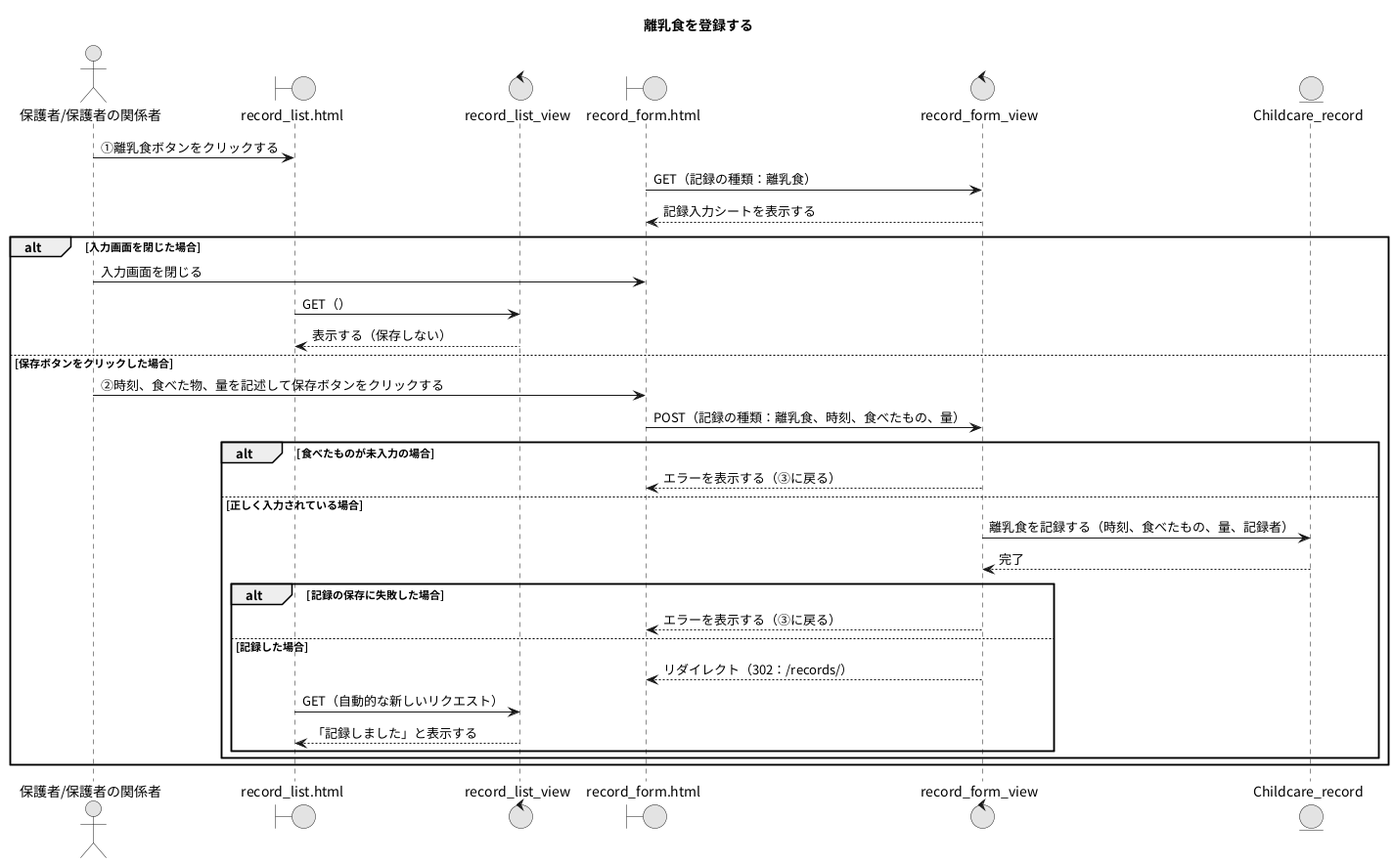
The PlantUML diagram PNG/23_離乳食を登録する.png in Ma2naga190330/26_sotugyou_puml, before a commit.
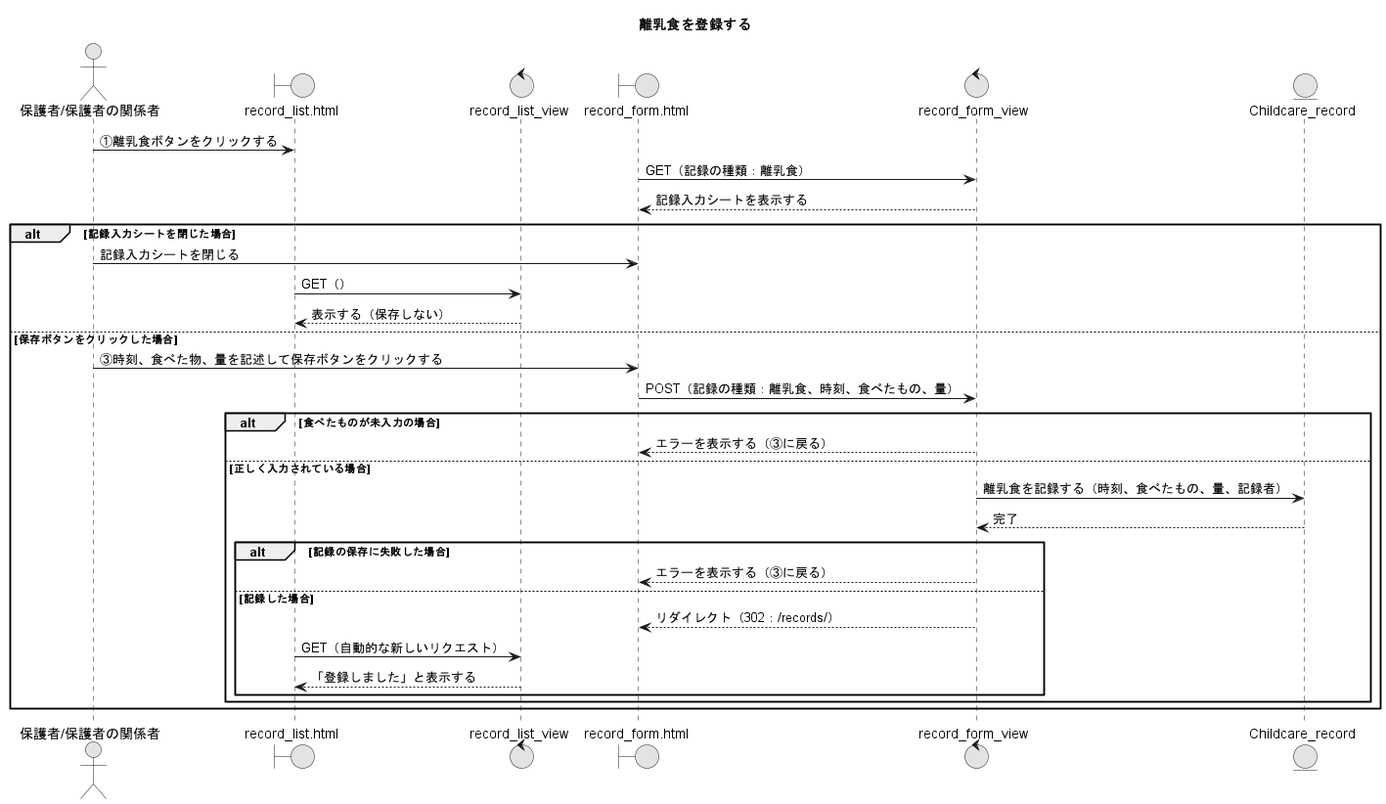
After the commit.

What changed in the source:
```diff
@@ -14,12 +14,12 @@
 RFP -> RFV : GET（記録の種類：離乳食）
 RFV --> RFP : 記録入力シートを表示する
 
-alt 入力画面を閉じた場合
-  A -> RFP : 入力画面を閉じる
+alt 記録入力シートを閉じた場合
+  A -> RFP : 記録入力シートを閉じる
   RLP -> RLV : GET（）
   RLV --> RLP : 表示する（保存しない）
 else 保存ボタンをクリックした場合
-  A -> RFP : ②時刻、食べた物、量を記述して保存ボタンをクリックする
+  A -> RFP : ③時刻、食べた物、量を記述して保存ボタンをクリックする
   RFP -> RFV : POST（記録の種類：離乳食、時刻、食べたもの、量）
   alt 食べたものが未入力の場合
     RFV --> RFP : エラーを表示する（③に戻る）
@@ -31,7 +31,7 @@
     else 記録した場合
       RFV --> RFP : リダイレクト（302：/records/）
       RLP -> RLV : GET（自動的な新しいリクエスト）
-      RLV --> RLP : 「記録しました」と表示する
+      RLV --> RLP : 「登録しました」と表示する
     end
   end
 end
```
